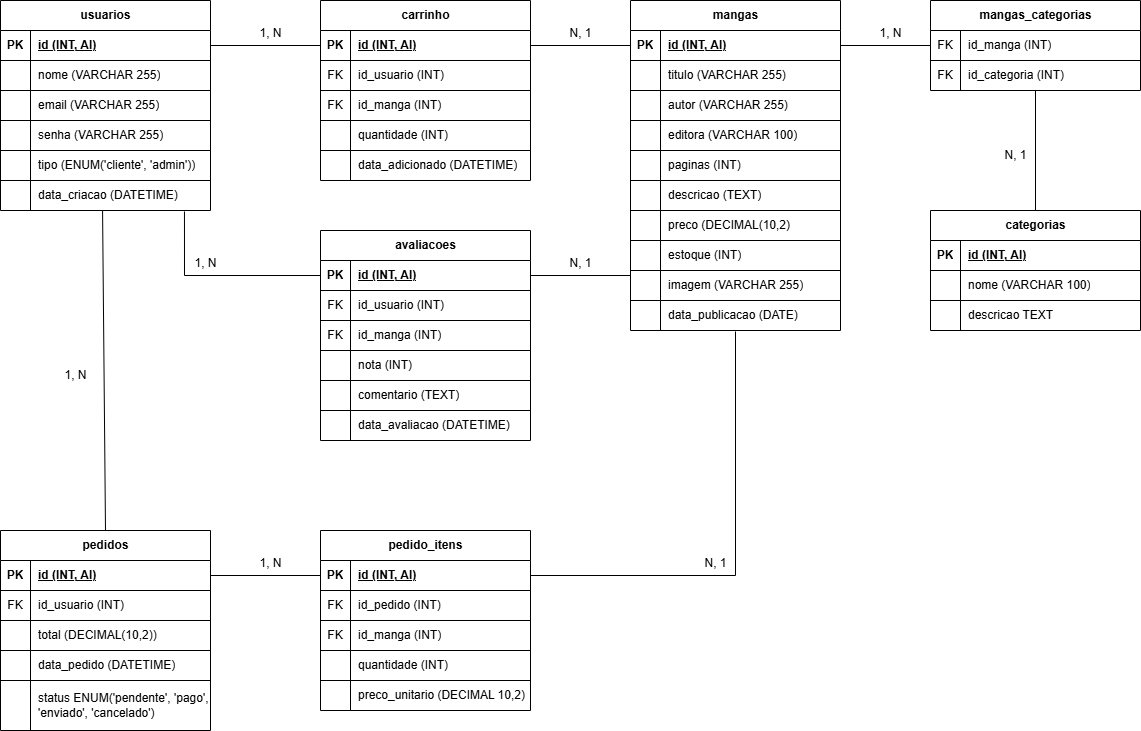
Above: Docs/Diagrama_ER/Fuyu_ER.png in vitorHugo87/fuyu-mangas (draw.io), before the change. Source tidied: cells renumbered, new cells last; positions are measured from the earlier drawing's top-left corner, leaving out a move shared by most shapes.
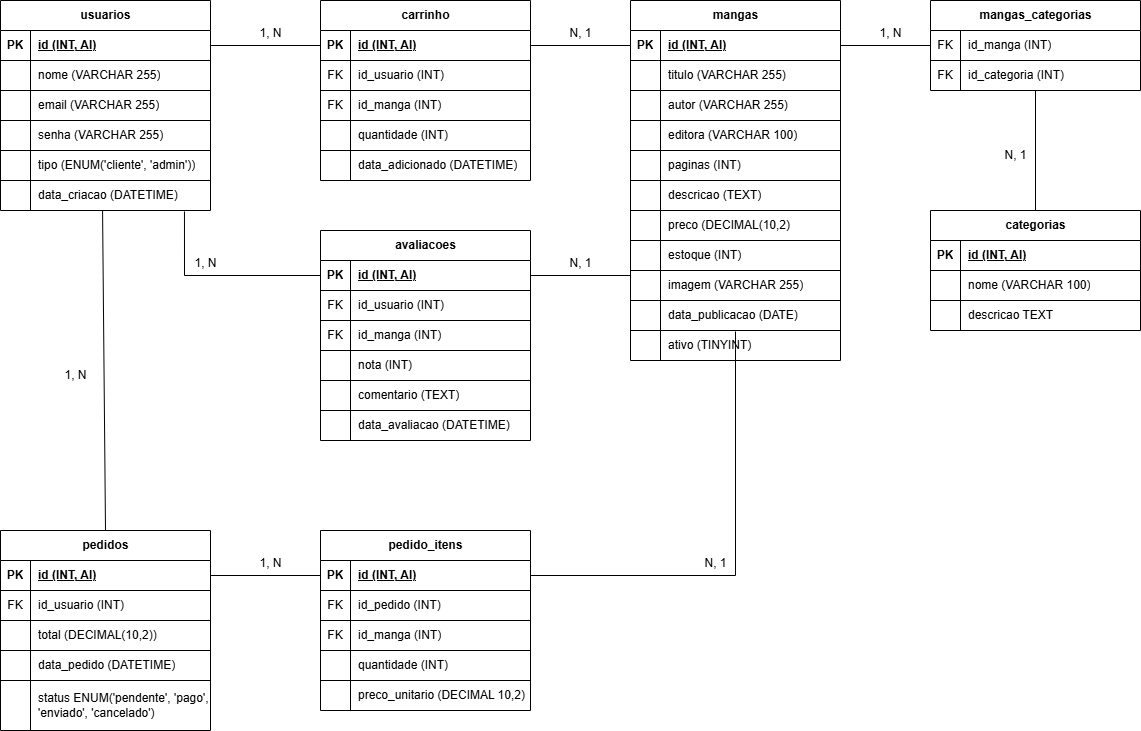
The same diagram one commit later.

Change to the diagram source:
```diff
@@ -63,7 +63,7 @@
       <mxGeometry x="30" width="180" height="30" as="geometry" />
     </mxCell>
     <mxCell id="22" value="mangas" style="shape=table;startSize=30;rowLines=1;fontStyle=1;align=center;html=1;columnLines=1;top=1;swimlaneLine=1;rounded=0;" parent="1" vertex="1">
-      <mxGeometry x="630" width="210" height="330" as="geometry" />
+      <mxGeometry x="630" width="210" height="360" as="geometry" />
     </mxCell>
     <mxCell id="23" style="shape=tableRow;horizontal=0;startSize=0;swimlaneHead=0;swimlaneBody=0;fillColor=none;points=[[0,0.5],[1,0.5]];portConstraint=eastwest;top=0;left=0;right=0;bottom=1;" parent="22" vertex="1">
       <mxGeometry y="30" width="210" height="30" as="geometry" />
@@ -155,6 +155,15 @@
     <mxCell id="52" value="data_publicacao (DATE)" style="shape=partialRectangle;fillColor=none;top=0;left=0;bottom=0;right=0;align=left;spacingLeft=6;overflow=hidden;whiteSpace=wrap;html=1;" parent="50" vertex="1">
       <mxGeometry x="30" width="180" height="30" as="geometry" />
     </mxCell>
+    <mxCell id="154" style="shape=tableRow;horizontal=0;startSize=0;swimlaneHead=0;swimlaneBody=0;fillColor=none;top=0;left=0;right=0;bottom=0;" parent="22" vertex="1">
+      <mxGeometry y="330" width="210" height="30" as="geometry" />
+    </mxCell>
+    <mxCell id="155" style="shape=partialRectangle;fillColor=none;top=0;left=0;bottom=0;right=0;overflow=hidden;whiteSpace=wrap;html=1;" parent="154" vertex="1">
+      <mxGeometry width="30" height="30" as="geometry" />
+    </mxCell>
+    <mxCell id="156" value="ativo (TINYINT)" style="shape=partialRectangle;fillColor=none;top=0;left=0;bottom=0;right=0;align=left;spacingLeft=6;overflow=hidden;whiteSpace=wrap;html=1;" parent="154" vertex="1">
+      <mxGeometry x="30" width="180" height="30" as="geometry" />
+    </mxCell>
     <mxCell id="53" value="carrinho" style="shape=table;startSize=30;rowLines=1;fontStyle=1;align=center;html=1;columnLines=1;top=1;swimlaneLine=1;rounded=0;" parent="1" vertex="1">
       <mxGeometry x="320" width="210" height="180" as="geometry" />
     </mxCell>
```
